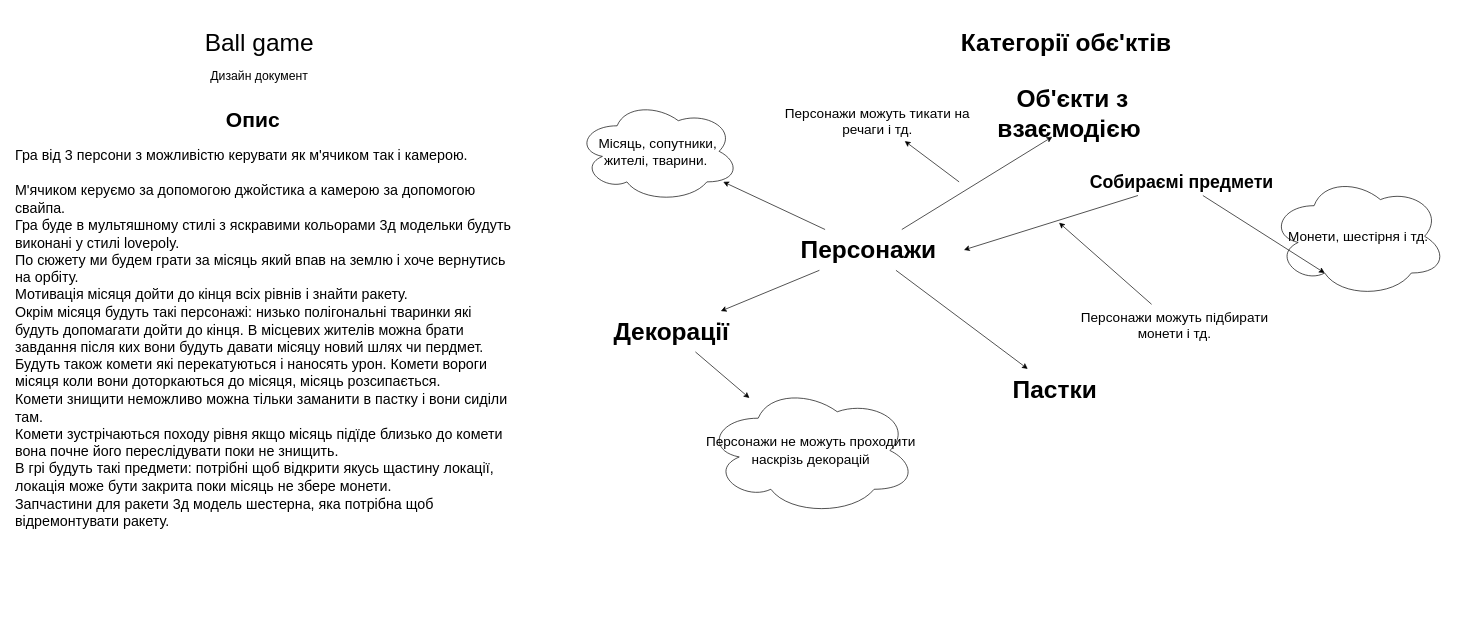
The draw.io diagram page "Сторінка-1" (1 of 3) of Assets/Дизайн документ.drawio in Pelmen-hub/My-final-project, before the edit. Source tidied: cells renumbered, new cells numbered last; positions are measured from the earlier drawing's top-left corner, leaving out a move shared by most shapes. Both pictures are drawn from the tidied source at 68%, with x=0, y=0 at pixel (12, 12).
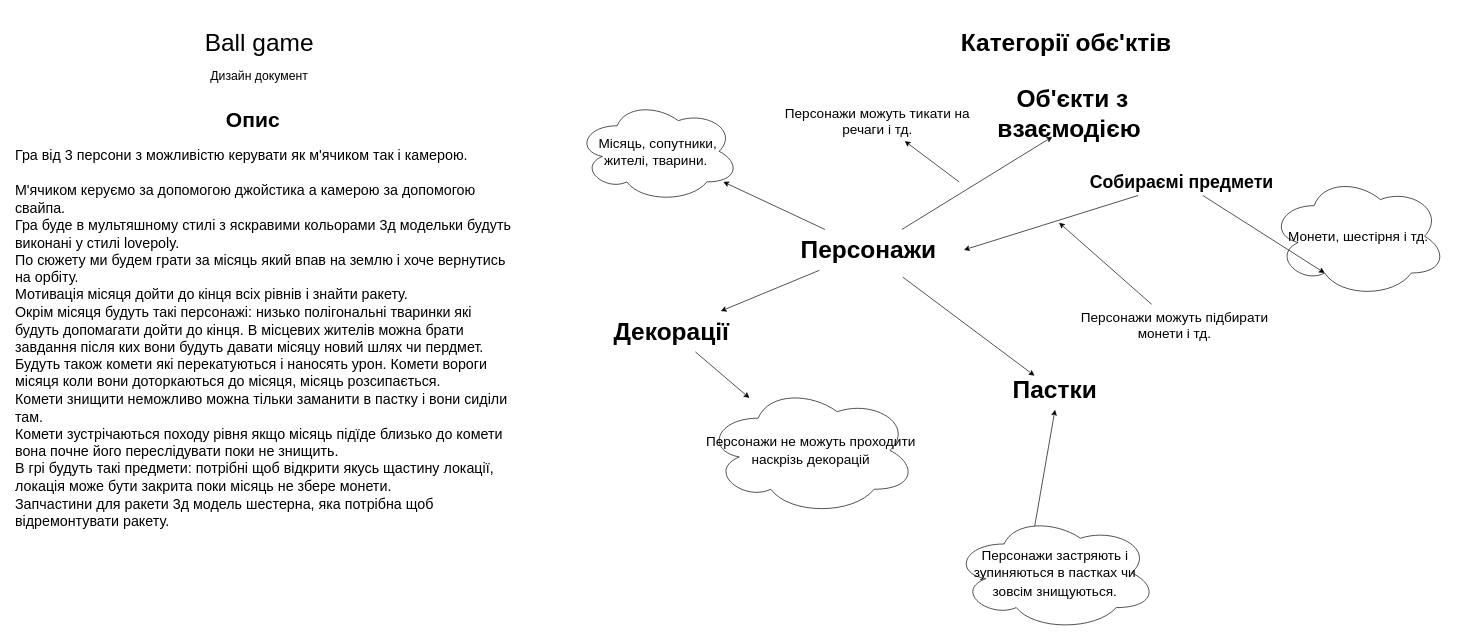
After the change.

Unchanged cells that the change refers to:
```xml
<mxCell id="7" value="&lt;span style=&quot;font-size: 36px;&quot;&gt;&lt;b&gt;Пастки&lt;/b&gt;&lt;/span&gt;" style="text;html=1;strokeColor=none;fillColor=none;align=center;verticalAlign=middle;whiteSpace=wrap;rounded=0;" parent="1" vertex="1">
  <mxGeometry x="1394" y="525" width="280" height="60" as="geometry" />
</mxCell>
<mxCell id="14" value="&lt;b&gt;&lt;font style=&quot;font-size: 36px;&quot;&gt;Персонажи&lt;/font&gt;&lt;/b&gt;" style="text;html=1;strokeColor=none;fillColor=none;align=center;verticalAlign=middle;whiteSpace=wrap;rounded=0;" parent="1" vertex="1">
  <mxGeometry x="1120" y="320" width="280" height="60" as="geometry" />
</mxCell>
```

Diff of the diagram source:
```diff
@@
-    <mxCell id="13" style="endArrow=classic;html=1;rounded=0;fontSize=21;" parent="1" edge="1" source="14">
-      <mxGeometry relative="1" as="geometry">
-        <mxPoint x="1493.9" y="525" as="targetPoint" />
-      </mxGeometry>
+    <mxCell id="13" style="endArrow=classic;html=1;rounded=0;fontSize=21;entryX=0.5;entryY=1;entryDx=0;entryDy=0;exitX=0.4;exitY=0.1;exitDx=0;exitDy=0;exitPerimeter=0;" parent="1" edge="1" source="27" target="7">
+      <mxGeometry relative="1" as="geometry" />
     </mxCell>
@@
+    <mxCell id="26" style="endArrow=classic;html=1;rounded=0;fontSize=21;" parent="1" edge="1">
+      <mxGeometry relative="1" as="geometry">
+        <mxPoint x="1310.1" y="390" as="sourcePoint" />
+        <mxPoint x="1503.9" y="535" as="targetPoint" />
+      </mxGeometry>
+    </mxCell>
+    <mxCell id="27" value="&lt;font style=&quot;font-size: 20px;&quot;&gt;Персонажи застряють і зупиняються в пастках чи зовсім знищуються.&lt;/font&gt;" style="ellipse;shape=cloud;whiteSpace=wrap;html=1;fontSize=22;" parent="1" vertex="1">
+      <mxGeometry x="1384" y="740" width="300" height="170" as="geometry" />
+    </mxCell>
```
